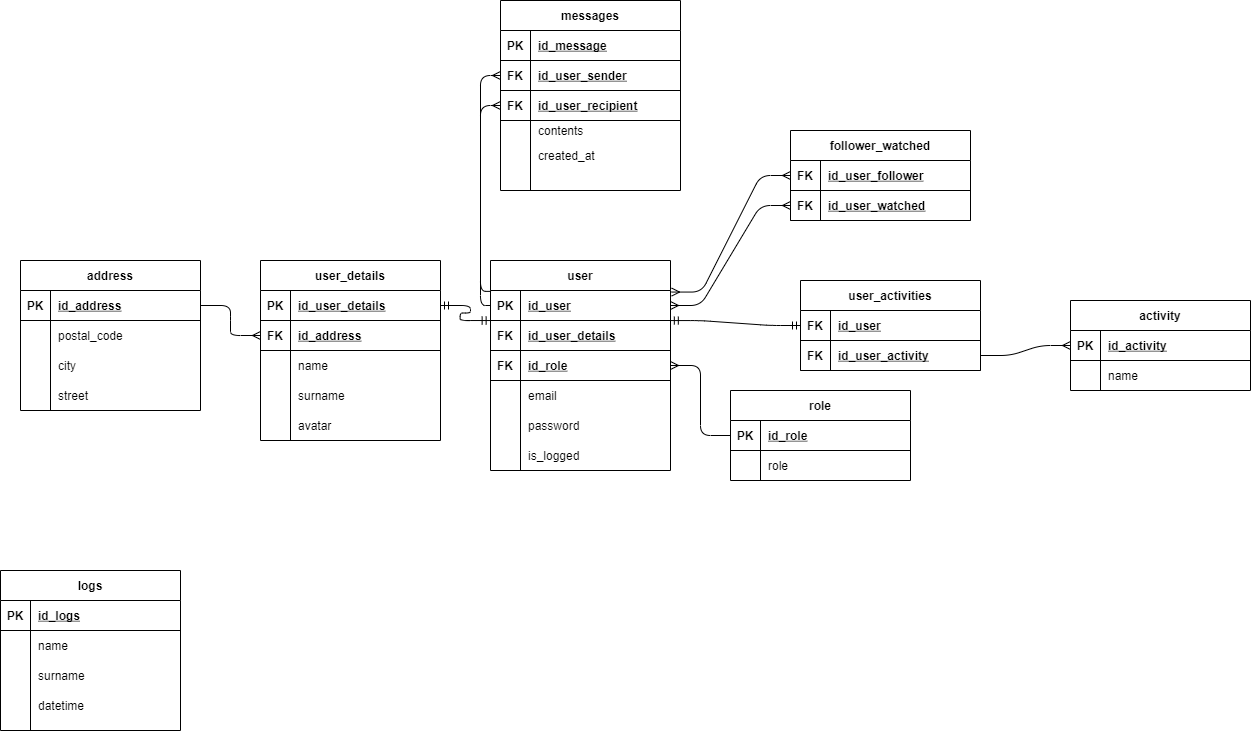
Before: sports-friends-backend/Diagram Bazy Danych.png, a diagram exported from draw.io (Sylwia-99/SportsFriends). Source tidied: cells renumbered, new cells last; positions are measured from the earlier drawing's top-left corner, leaving out a move shared by most shapes.
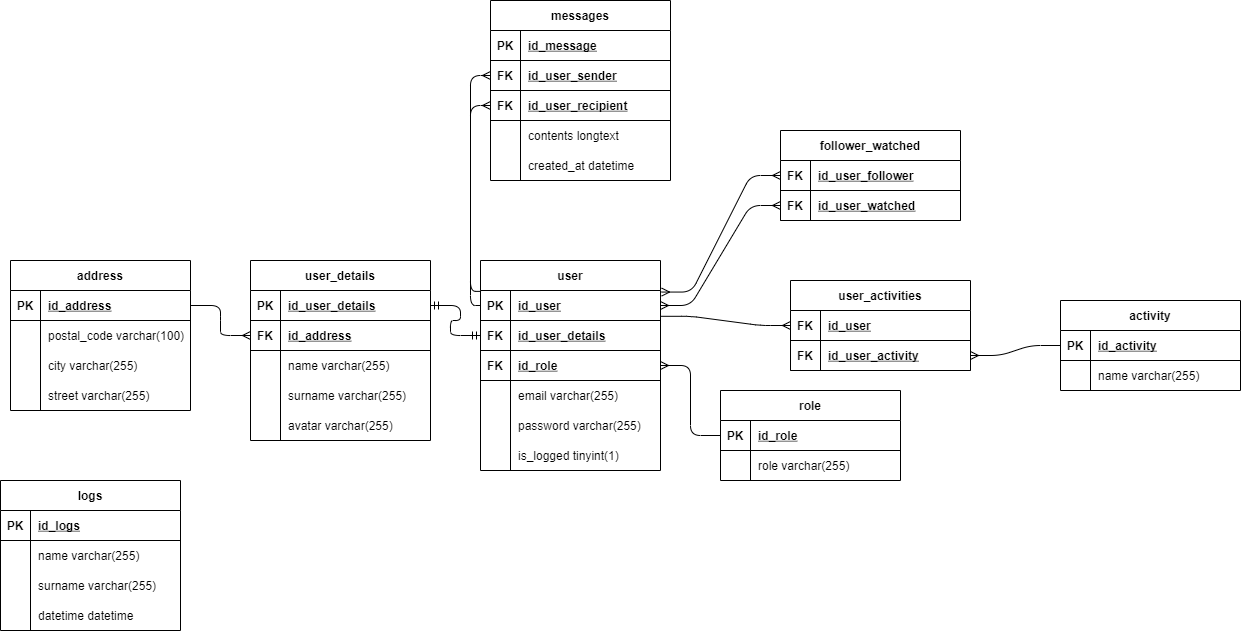
After the commit.

The edit, as a diff of the source:
```diff
@@ -38,7 +38,7 @@
     <mxCell id="13" style="shape=partialRectangle;fillColor=none;top=0;left=0;bottom=0;right=0;overflow=hidden;" parent="12" vertex="1">
       <mxGeometry width="30" height="30" as="geometry" />
     </mxCell>
-    <mxCell id="14" value="email" style="shape=partialRectangle;fillColor=none;top=0;left=0;bottom=0;right=0;align=left;spacingLeft=6;overflow=hidden;" parent="12" vertex="1">
+    <mxCell id="14" value="email varchar(255)" style="shape=partialRectangle;fillColor=none;top=0;left=0;bottom=0;right=0;align=left;spacingLeft=6;overflow=hidden;" parent="12" vertex="1">
       <mxGeometry x="30" width="150" height="30" as="geometry" />
     </mxCell>
     <mxCell id="15" style="shape=partialRectangle;fillColor=none;top=0;left=0;bottom=0;right=0;" parent="2" vertex="1">
@@ -47,7 +47,7 @@
     <mxCell id="16" style="shape=partialRectangle;fillColor=none;top=0;left=0;bottom=0;right=0;overflow=hidden;" parent="15" vertex="1">
       <mxGeometry width="30" height="30" as="geometry" />
     </mxCell>
-    <mxCell id="17" value="password" style="shape=partialRectangle;fillColor=none;top=0;left=0;bottom=0;right=0;align=left;spacingLeft=6;overflow=hidden;" parent="15" vertex="1">
+    <mxCell id="17" value="password varchar(255)" style="shape=partialRectangle;fillColor=none;top=0;left=0;bottom=0;right=0;align=left;spacingLeft=6;overflow=hidden;" parent="15" vertex="1">
       <mxGeometry x="30" width="150" height="30" as="geometry" />
     </mxCell>
     <mxCell id="18" style="shape=partialRectangle;fillColor=none;top=0;left=0;bottom=0;right=0;" parent="2" vertex="1">
@@ -56,7 +56,7 @@
     <mxCell id="19" style="shape=partialRectangle;fillColor=none;top=0;left=0;bottom=0;right=0;overflow=hidden;" parent="18" vertex="1">
       <mxGeometry width="30" height="30" as="geometry" />
     </mxCell>
-    <mxCell id="20" value="is_logged" style="shape=partialRectangle;fillColor=none;top=0;left=0;bottom=0;right=0;align=left;spacingLeft=6;overflow=hidden;" parent="18" vertex="1">
+    <mxCell id="20" value="is_logged tinyint(1)" style="shape=partialRectangle;fillColor=none;top=0;left=0;bottom=0;right=0;align=left;spacingLeft=6;overflow=hidden;" parent="18" vertex="1">
       <mxGeometry x="30" width="150" height="30" as="geometry" />
     </mxCell>
     <mxCell id="21" value="user_details" style="shape=table;startSize=30;rowLines=0;fontStyle=1;align=center;" parent="1" vertex="1">
@@ -86,7 +86,7 @@
     <mxCell id="29" style="shape=partialRectangle;fillColor=none;top=0;left=0;bottom=0;right=0;overflow=hidden;" parent="28" vertex="1">
       <mxGeometry width="30" height="30" as="geometry" />
     </mxCell>
-    <mxCell id="30" value="name" style="shape=partialRectangle;fillColor=none;top=0;left=0;bottom=0;right=0;align=left;spacingLeft=6;overflow=hidden;" parent="28" vertex="1">
+    <mxCell id="30" value="name varchar(255)" style="shape=partialRectangle;fillColor=none;top=0;left=0;bottom=0;right=0;align=left;spacingLeft=6;overflow=hidden;" parent="28" vertex="1">
       <mxGeometry x="30" width="150" height="30" as="geometry" />
     </mxCell>
     <mxCell id="31" style="shape=partialRectangle;fillColor=none;top=0;left=0;bottom=0;right=0;" parent="21" vertex="1">
@@ -95,7 +95,7 @@
     <mxCell id="32" style="shape=partialRectangle;fillColor=none;top=0;left=0;bottom=0;right=0;overflow=hidden;" parent="31" vertex="1">
       <mxGeometry width="30" height="30" as="geometry" />
     </mxCell>
-    <mxCell id="33" value="surname" style="shape=partialRectangle;fillColor=none;top=0;left=0;bottom=0;right=0;align=left;spacingLeft=6;overflow=hidden;" parent="31" vertex="1">
+    <mxCell id="33" value="surname varchar(255)" style="shape=partialRectangle;fillColor=none;top=0;left=0;bottom=0;right=0;align=left;spacingLeft=6;overflow=hidden;" parent="31" vertex="1">
       <mxGeometry x="30" width="150" height="30" as="geometry" />
     </mxCell>
     <mxCell id="34" style="shape=partialRectangle;fillColor=none;top=0;left=0;bottom=0;right=0;" parent="21" vertex="1">
@@ -104,11 +104,11 @@
     <mxCell id="35" style="shape=partialRectangle;fillColor=none;top=0;left=0;bottom=0;right=0;overflow=hidden;" parent="34" vertex="1">
       <mxGeometry width="30" height="30" as="geometry" />
     </mxCell>
-    <mxCell id="36" value="avatar" style="shape=partialRectangle;fillColor=none;top=0;left=0;bottom=0;right=0;align=left;spacingLeft=6;overflow=hidden;" parent="34" vertex="1">
+    <mxCell id="36" value="avatar varchar(255)" style="shape=partialRectangle;fillColor=none;top=0;left=0;bottom=0;right=0;align=left;spacingLeft=6;overflow=hidden;" parent="34" vertex="1">
       <mxGeometry x="30" width="150" height="30" as="geometry" />
     </mxCell>
     <mxCell id="37" value="logs" style="shape=table;startSize=30;rowLines=0;fontStyle=1;align=center;" parent="1" vertex="1">
-      <mxGeometry y="570" width="180" height="160" as="geometry" />
+      <mxGeometry x="10" y="480" width="180" height="150" as="geometry" />
     </mxCell>
     <mxCell id="38" style="shape=partialRectangle;fillColor=none;top=0;left=0;bottom=1;right=0;" parent="37" vertex="1">
       <mxGeometry y="30" width="180" height="30" as="geometry" />
@@ -125,7 +125,7 @@
     <mxCell id="42" style="shape=partialRectangle;fillColor=none;top=0;left=0;bottom=0;right=0;overflow=hidden;" parent="41" vertex="1">
       <mxGeometry width="30" height="30" as="geometry" />
     </mxCell>
-    <mxCell id="43" value="name" style="shape=partialRectangle;fillColor=none;top=0;left=0;bottom=0;right=0;align=left;spacingLeft=6;overflow=hidden;" parent="41" vertex="1">
+    <mxCell id="43" value="name varchar(255)" style="shape=partialRectangle;fillColor=none;top=0;left=0;bottom=0;right=0;align=left;spacingLeft=6;overflow=hidden;" parent="41" vertex="1">
       <mxGeometry x="30" width="150" height="30" as="geometry" />
     </mxCell>
     <mxCell id="44" style="shape=partialRectangle;fillColor=none;top=0;left=0;bottom=0;right=0;" parent="37" vertex="1">
@@ -134,7 +134,7 @@
     <mxCell id="45" style="shape=partialRectangle;fillColor=none;top=0;left=0;bottom=0;right=0;overflow=hidden;" parent="44" vertex="1">
       <mxGeometry width="30" height="30" as="geometry" />
     </mxCell>
-    <mxCell id="46" value="surname" style="shape=partialRectangle;fillColor=none;top=0;left=0;bottom=0;right=0;align=left;spacingLeft=6;overflow=hidden;" parent="44" vertex="1">
+    <mxCell id="46" value="surname varchar(255)" style="shape=partialRectangle;fillColor=none;top=0;left=0;bottom=0;right=0;align=left;spacingLeft=6;overflow=hidden;" parent="44" vertex="1">
       <mxGeometry x="30" width="150" height="30" as="geometry" />
     </mxCell>
     <mxCell id="47" style="shape=partialRectangle;fillColor=none;top=0;left=0;bottom=0;right=0;" parent="37" vertex="1">
@@ -143,7 +143,7 @@
     <mxCell id="48" style="shape=partialRectangle;fillColor=none;top=0;left=0;bottom=0;right=0;overflow=hidden;" parent="47" vertex="1">
       <mxGeometry width="30" height="30" as="geometry" />
     </mxCell>
-    <mxCell id="49" value="datetime" style="shape=partialRectangle;fillColor=none;top=0;left=0;bottom=0;right=0;align=left;spacingLeft=6;overflow=hidden;" parent="47" vertex="1">
+    <mxCell id="49" value="datetime datetime" style="shape=partialRectangle;fillColor=none;top=0;left=0;bottom=0;right=0;align=left;spacingLeft=6;overflow=hidden;" parent="47" vertex="1">
       <mxGeometry x="30" width="150" height="30" as="geometry" />
     </mxCell>
     <mxCell id="50" value="address" style="shape=table;startSize=30;rowLines=0;fontStyle=1;align=center;" parent="1" vertex="1">
@@ -164,7 +164,7 @@
     <mxCell id="55" style="shape=partialRectangle;fillColor=none;top=0;left=0;bottom=0;right=0;overflow=hidden;" parent="54" vertex="1">
       <mxGeometry width="30" height="30" as="geometry" />
     </mxCell>
-    <mxCell id="56" value="postal_code" style="shape=partialRectangle;fillColor=none;top=0;left=0;bottom=0;right=0;align=left;spacingLeft=6;overflow=hidden;" parent="54" vertex="1">
+    <mxCell id="56" value="postal_code varchar(100)" style="shape=partialRectangle;fillColor=none;top=0;left=0;bottom=0;right=0;align=left;spacingLeft=6;overflow=hidden;" parent="54" vertex="1">
       <mxGeometry x="30" width="150" height="30" as="geometry" />
     </mxCell>
     <mxCell id="57" style="shape=partialRectangle;fillColor=none;top=0;left=0;bottom=0;right=0;" parent="50" vertex="1">
@@ -173,7 +173,7 @@
     <mxCell id="58" style="shape=partialRectangle;fillColor=none;top=0;left=0;bottom=0;right=0;overflow=hidden;" parent="57" vertex="1">
       <mxGeometry width="30" height="30" as="geometry" />
     </mxCell>
-    <mxCell id="59" value="city" style="shape=partialRectangle;fillColor=none;top=0;left=0;bottom=0;right=0;align=left;spacingLeft=6;overflow=hidden;" parent="57" vertex="1">
+    <mxCell id="59" value="city varchar(255)" style="shape=partialRectangle;fillColor=none;top=0;left=0;bottom=0;right=0;align=left;spacingLeft=6;overflow=hidden;" parent="57" vertex="1">
       <mxGeometry x="30" width="150" height="30" as="geometry" />
     </mxCell>
     <mxCell id="60" style="shape=partialRectangle;fillColor=none;top=0;left=0;bottom=0;right=0;" parent="50" vertex="1">
@@ -182,7 +182,7 @@
     <mxCell id="61" style="shape=partialRectangle;fillColor=none;top=0;left=0;bottom=0;right=0;overflow=hidden;" parent="60" vertex="1">
       <mxGeometry width="30" height="30" as="geometry" />
     </mxCell>
-    <mxCell id="62" value="street" style="shape=partialRectangle;fillColor=none;top=0;left=0;bottom=0;right=0;align=left;spacingLeft=6;overflow=hidden;" parent="60" vertex="1">
+    <mxCell id="62" value="street varchar(255)" style="shape=partialRectangle;fillColor=none;top=0;left=0;bottom=0;right=0;align=left;spacingLeft=6;overflow=hidden;" parent="60" vertex="1">
       <mxGeometry x="30" width="150" height="30" as="geometry" />
     </mxCell>
     <mxCell id="63" value="role" style="shape=table;startSize=30;rowLines=0;fontStyle=1;align=center;" parent="1" vertex="1">
@@ -203,18 +203,15 @@
     <mxCell id="68" style="shape=partialRectangle;fillColor=none;top=0;left=0;bottom=0;right=0;overflow=hidden;" parent="67" vertex="1">
       <mxGeometry width="30" height="30" as="geometry" />
     </mxCell>
-    <mxCell id="69" value="role" style="shape=partialRectangle;fillColor=none;top=0;left=0;bottom=0;right=0;align=left;spacingLeft=6;overflow=hidden;" parent="67" vertex="1">
+    <mxCell id="69" value="role varchar(255)" style="shape=partialRectangle;fillColor=none;top=0;left=0;bottom=0;right=0;align=left;spacingLeft=6;overflow=hidden;" parent="67" vertex="1">
       <mxGeometry x="30" width="150" height="30" as="geometry" />
     </mxCell>
     <mxCell id="70" style="edgeStyle=entityRelationEdgeStyle;fontSize=12;html=1;endArrow=ERmany;entryX=0;entryY=0.5;entryDx=0;entryDy=0;exitX=1;exitY=0.5;exitDx=0;exitDy=0;" parent="1" edge="1" source="51" target="25">
       <mxGeometry relative="1" as="geometry" />
     </mxCell>
-    <mxCell id="71" style="edgeStyle=entityRelationEdgeStyle;fontSize=12;html=1;endArrow=ERmandOne;startArrow=ERmandOne;entryX=-0.002;entryY=1.001;entryDx=0;entryDy=0;exitX=1;exitY=0.5;exitDx=0;exitDy=0;entryPerimeter=0;" parent="1" edge="1" source="22" target="3">
+    <mxCell id="71" style="edgeStyle=entityRelationEdgeStyle;fontSize=12;html=1;endArrow=ERmandOne;startArrow=ERmandOne;entryX=0;entryY=0.5;entryDx=0;entryDy=0;exitX=1;exitY=0.5;exitDx=0;exitDy=0;" parent="1" edge="1" source="22" target="6">
       <mxGeometry relative="1" as="geometry" />
     </mxCell>
-    <mxCell id="72" style="edgeStyle=entityRelationEdgeStyle;fontSize=12;html=1;endArrow=ERmany;exitX=0;exitY=0.5;exitDx=0;exitDy=0;entryX=1;entryY=0.5;entryDx=0;entryDy=0;" parent="1" edge="1" source="64" target="9">
-      <mxGeometry relative="1" as="geometry" />
-    </mxCell>
     <mxCell id="73" value="activity" style="shape=table;startSize=30;rowLines=0;fontStyle=1;align=center;" parent="1" vertex="1">
       <mxGeometry x="1070" y="300" width="180" height="90" as="geometry" />
     </mxCell>
@@ -233,7 +230,7 @@
     <mxCell id="78" style="shape=partialRectangle;fillColor=none;top=0;left=0;bottom=0;right=0;overflow=hidden;" parent="77" vertex="1">
       <mxGeometry width="30" height="30" as="geometry" />
     </mxCell>
-    <mxCell id="79" value="name" style="shape=partialRectangle;fillColor=none;top=0;left=0;bottom=0;right=0;align=left;spacingLeft=6;overflow=hidden;" parent="77" vertex="1">
+    <mxCell id="79" value="name varchar(255)" style="shape=partialRectangle;fillColor=none;top=0;left=0;bottom=0;right=0;align=left;spacingLeft=6;overflow=hidden;" parent="77" vertex="1">
       <mxGeometry x="30" width="150" height="30" as="geometry" />
     </mxCell>
     <mxCell id="80" value="follower_watched" style="shape=table;startSize=30;rowLines=0;fontStyle=1;align=center;" parent="1" vertex="1">
@@ -278,10 +275,7 @@
     <mxCell id="93" value="id_user_activity" style="shape=partialRectangle;fillColor=none;top=0;left=0;bottom=0;right=0;align=left;spacingLeft=6;fontStyle=5;overflow=hidden;" parent="91" vertex="1">
       <mxGeometry x="30" width="150" height="30" as="geometry" />
     </mxCell>
-    <mxCell id="94" style="edgeStyle=entityRelationEdgeStyle;fontSize=12;html=1;endArrow=ERmandOne;startArrow=ERmandOne;exitX=0.999;exitY=1.002;exitDx=0;exitDy=0;entryX=0;entryY=0.5;entryDx=0;entryDy=0;exitPerimeter=0;" parent="1" edge="1" source="3" target="88">
-      <mxGeometry relative="1" as="geometry" />
-    </mxCell>
-    <mxCell id="95" style="edgeStyle=entityRelationEdgeStyle;fontSize=12;html=1;endArrow=ERmany;exitX=1;exitY=0.5;exitDx=0;exitDy=0;entryX=0;entryY=0.5;entryDx=0;entryDy=0;" parent="1" edge="1" source="91" target="74">
+    <mxCell id="95" style="edgeStyle=entityRelationEdgeStyle;fontSize=12;html=1;endArrow=ERmany;exitX=0;exitY=0.5;exitDx=0;exitDy=0;entryX=1;entryY=0.5;entryDx=0;entryDy=0;" parent="1" edge="1" source="74" target="91">
       <mxGeometry relative="1" as="geometry" />
     </mxCell>
     <mxCell id="96" style="edgeStyle=entityRelationEdgeStyle;fontSize=12;html=1;endArrow=ERmany;startArrow=ERmany;entryX=0;entryY=0.5;entryDx=0;entryDy=0;exitX=1.006;exitY=0.052;exitDx=0;exitDy=0;exitPerimeter=0;" parent="1" edge="1" source="3" target="81">
@@ -291,7 +285,7 @@
       <mxGeometry relative="1" as="geometry" />
     </mxCell>
     <mxCell id="98" value="messages" style="shape=table;startSize=30;rowLines=0;fontStyle=1;align=center;" parent="1" vertex="1">
-      <mxGeometry x="500" width="180" height="190" as="geometry" />
+      <mxGeometry x="500" width="180" height="180" as="geometry" />
     </mxCell>
     <mxCell id="99" style="shape=partialRectangle;fillColor=none;top=0;left=0;bottom=1;right=0;" parent="98" vertex="1">
       <mxGeometry y="30" width="180" height="30" as="geometry" />
@@ -321,37 +315,34 @@
       <mxGeometry x="30" width="150" height="30" as="geometry" />
     </mxCell>
     <mxCell id="108" style="shape=partialRectangle;fillColor=none;top=0;left=0;bottom=0;right=0;" parent="98" vertex="1">
-      <mxGeometry y="120" width="180" height="20" as="geometry" />
+      <mxGeometry y="120" width="180" height="30" as="geometry" />
     </mxCell>
     <mxCell id="109" style="shape=partialRectangle;fillColor=none;top=0;left=0;bottom=0;right=0;overflow=hidden;" parent="108" vertex="1">
-      <mxGeometry width="30" height="20" as="geometry" />
+      <mxGeometry width="30" height="30" as="geometry" />
     </mxCell>
-    <mxCell id="110" value="contents" style="shape=partialRectangle;fillColor=none;top=0;left=0;bottom=0;right=0;align=left;spacingLeft=6;overflow=hidden;" parent="108" vertex="1">
-      <mxGeometry x="30" width="150" height="20" as="geometry" />
+    <mxCell id="110" value="contents longtext" style="shape=partialRectangle;fillColor=none;top=0;left=0;bottom=0;right=0;align=left;spacingLeft=6;overflow=hidden;" parent="108" vertex="1">
+      <mxGeometry x="30" width="150" height="30" as="geometry" />
     </mxCell>
     <mxCell id="111" style="shape=partialRectangle;fillColor=none;top=0;left=0;bottom=0;right=0;" parent="98" vertex="1">
-      <mxGeometry y="140" width="180" height="30" as="geometry" />
+      <mxGeometry y="150" width="180" height="30" as="geometry" />
     </mxCell>
     <mxCell id="112" style="shape=partialRectangle;fillColor=none;top=0;left=0;bottom=0;right=0;overflow=hidden;" parent="111" vertex="1">
       <mxGeometry width="30" height="30" as="geometry" />
     </mxCell>
-    <mxCell id="113" value="created_at" style="shape=partialRectangle;fillColor=none;top=0;left=0;bottom=0;right=0;align=left;spacingLeft=6;overflow=hidden;" parent="111" vertex="1">
+    <mxCell id="113" value="created_at datetime" style="shape=partialRectangle;fillColor=none;top=0;left=0;bottom=0;right=0;align=left;spacingLeft=6;overflow=hidden;" parent="111" vertex="1">
       <mxGeometry x="30" width="150" height="30" as="geometry" />
     </mxCell>
-    <mxCell id="114" style="shape=partialRectangle;fillColor=none;top=0;left=0;bottom=0;right=0;" parent="98" vertex="1">
-      <mxGeometry y="170" width="180" height="20" as="geometry" />
-    </mxCell>
-    <mxCell id="115" style="shape=partialRectangle;fillColor=none;top=0;left=0;bottom=0;right=0;overflow=hidden;" parent="114" vertex="1">
-      <mxGeometry width="30" height="20" as="geometry" />
-    </mxCell>
-    <mxCell id="116" style="shape=partialRectangle;fillColor=none;top=0;left=0;bottom=0;right=0;align=left;spacingLeft=6;overflow=hidden;" parent="114" vertex="1">
-      <mxGeometry x="30" width="150" height="20" as="geometry" />
-    </mxCell>
     <mxCell id="117" style="edgeStyle=orthogonalEdgeStyle;fontSize=12;html=1;endArrow=ERmany;exitX=0;exitY=0.5;exitDx=0;exitDy=0;entryX=0;entryY=0.5;entryDx=0;entryDy=0;" parent="1" edge="1" source="3" target="102">
       <mxGeometry relative="1" as="geometry" />
     </mxCell>
     <mxCell id="118" style="edgeStyle=orthogonalEdgeStyle;fontSize=12;html=1;endArrow=ERmany;exitX=0.003;exitY=0.147;exitDx=0;exitDy=0;entryX=0;entryY=0.5;entryDx=0;entryDy=0;exitPerimeter=0;" parent="1" edge="1" source="2" target="105">
       <mxGeometry relative="1" as="geometry" />
     </mxCell>
+    <mxCell id="94" style="edgeStyle=entityRelationEdgeStyle;fontSize=12;html=1;endArrow=ERmany;exitX=1.004;exitY=0.86;exitDx=0;exitDy=0;entryX=0;entryY=0.5;entryDx=0;entryDy=0;exitPerimeter=0;" parent="1" edge="1" source="3" target="88">
+      <mxGeometry relative="1" as="geometry" />
+    </mxCell>
+    <mxCell id="72" style="edgeStyle=entityRelationEdgeStyle;fontSize=12;html=1;endArrow=ERmany;exitX=0;exitY=0.5;exitDx=0;exitDy=0;entryX=1;entryY=0.5;entryDx=0;entryDy=0;" parent="1" edge="1" source="64" target="9">
+      <mxGeometry relative="1" as="geometry" />
+    </mxCell>
   </root>
 </mxGraphModel>
```
